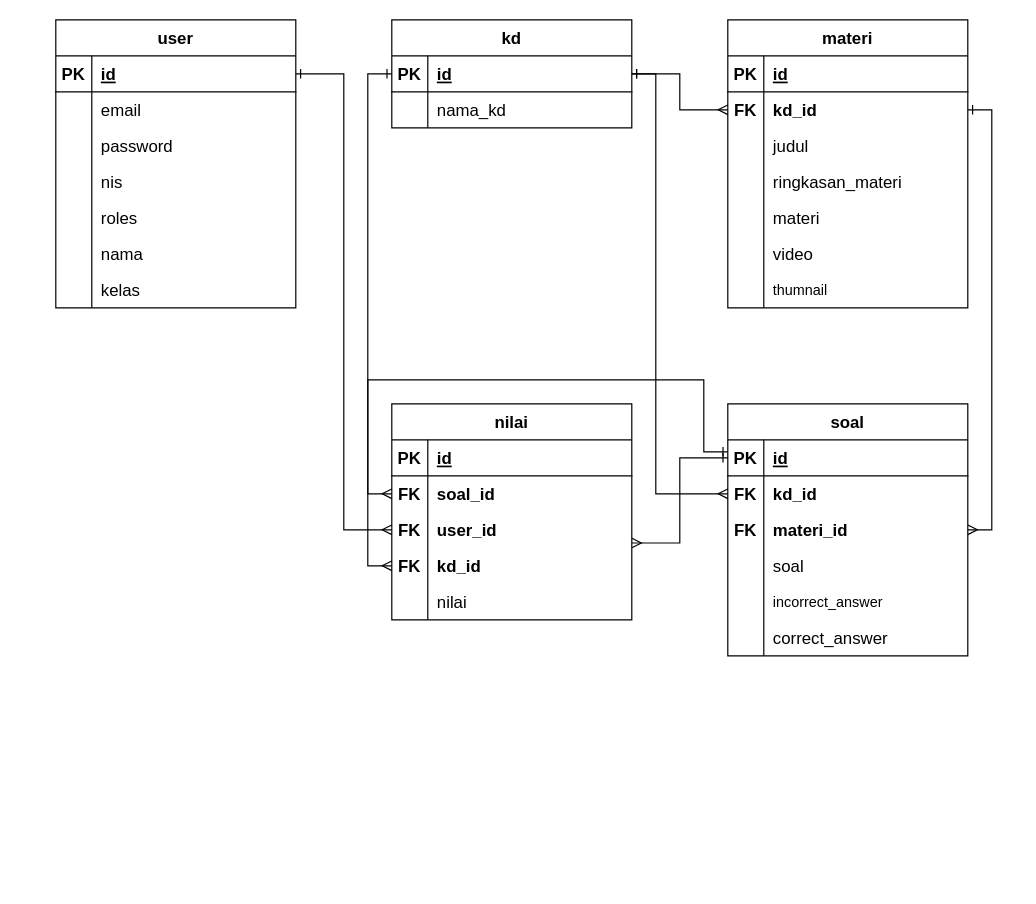
Earlier version of the draw.io diagram Untitled Diagram.drawio (muhaziz28/Muhaziz28). Source tidied: cells renumbered, new cells numbered last; positions are measured from the earlier drawing's top-left corner, leaving out a move shared by most shapes. Both pictures are drawn from the tidied source at 120%, with x=0, y=0 at pixel (55, 19).
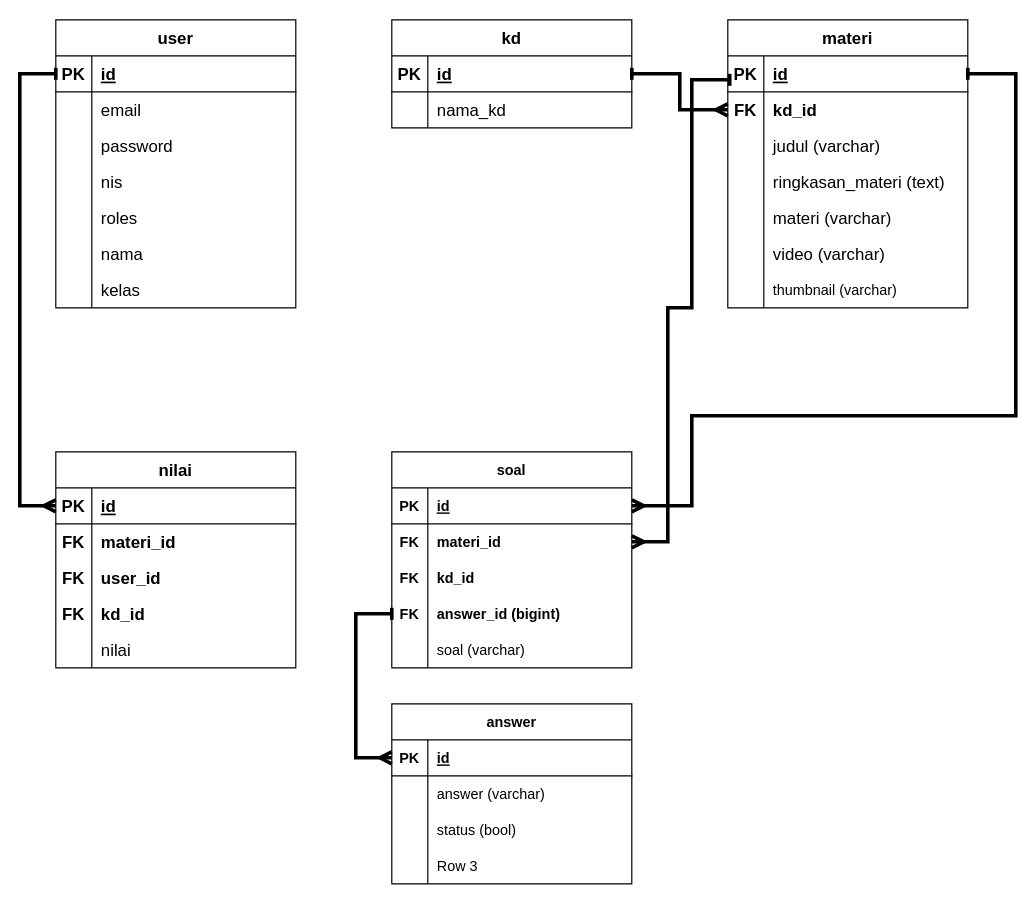
The same page after the edit.

Unchanged cells that the change refers to:
```xml
<mxCell id="4" style="shape=partialRectangle;fillColor=none;top=0;left=0;bottom=1;right=0;points=[[0,0.5],[1,0.5]];portConstraint=eastwest;fontSize=14;" parent="3" vertex="1">
  <mxGeometry y="30" width="200" height="30" as="geometry" />
</mxCell>
<mxCell id="26" value="kd" style="shape=table;startSize=30;childLayout=tableLayout;rowLines=0;fontStyle=1;align=center;fontSize=14;" parent="1" vertex="1">
  <mxGeometry x="280" width="200" height="90" as="geometry" />
</mxCell>
<mxCell id="27" style="shape=partialRectangle;fillColor=none;top=0;left=0;bottom=1;right=0;points=[[0,0.5],[1,0.5]];portConstraint=eastwest;fontSize=14;" parent="26" vertex="1">
  <mxGeometry y="30" width="200" height="30" as="geometry" />
</mxCell>
<mxCell id="34" style="shape=partialRectangle;fillColor=none;top=0;left=0;bottom=1;right=0;points=[[0,0.5],[1,0.5]];portConstraint=eastwest;fontSize=14;" parent="33" vertex="1">
  <mxGeometry y="30" width="200" height="30" as="geometry" />
</mxCell>
<mxCell id="37" style="shape=partialRectangle;fillColor=none;top=0;left=0;bottom=0;right=0;points=[[0,0.5],[1,0.5]];portConstraint=eastwest;fontSize=14;" parent="33" vertex="1">
  <mxGeometry y="60" width="200" height="30" as="geometry" />
</mxCell>
<mxCell id="40" style="shape=partialRectangle;fillColor=none;top=0;left=0;bottom=0;right=0;fontSize=14;" parent="33" vertex="1">
  <mxGeometry y="90" width="200" height="30" as="geometry" />
</mxCell>
<mxCell id="43" style="shape=partialRectangle;fillColor=none;top=0;left=0;bottom=0;right=0;fontSize=14;" parent="33" vertex="1">
  <mxGeometry y="120" width="200" height="30" as="geometry" />
</mxCell>
<mxCell id="46" style="shape=partialRectangle;fillColor=none;top=0;left=0;bottom=0;right=0;fontSize=14;" parent="33" vertex="1">
  <mxGeometry y="150" width="200" height="30" as="geometry" />
</mxCell>
<mxCell id="49" style="shape=partialRectangle;fillColor=none;top=0;left=0;bottom=0;right=0;fontSize=14;" parent="33" vertex="1">
  <mxGeometry y="180" width="200" height="30" as="geometry" />
</mxCell>
<mxCell id="52" style="shape=partialRectangle;fillColor=none;top=0;left=0;bottom=0;right=0;" parent="33" vertex="1">
  <mxGeometry y="210" width="200" height="30" as="geometry" />
</mxCell>
<mxCell id="75" style="shape=partialRectangle;fillColor=none;top=0;left=0;bottom=1;right=0;points=[[0,0.5],[1,0.5]];portConstraint=eastwest;fontSize=14;" parent="74" vertex="1">
  <mxGeometry y="30" width="200" height="30" as="geometry" />
</mxCell>
<mxCell id="78" style="shape=partialRectangle;fillColor=none;top=0;left=0;bottom=0;right=0;points=[[0,0.5],[1,0.5]];portConstraint=eastwest;fontSize=14;" parent="74" vertex="1">
  <mxGeometry y="60" width="200" height="30" as="geometry" />
</mxCell>
<mxCell id="81" style="shape=partialRectangle;fillColor=none;top=0;left=0;bottom=0;right=0;points=[[0,0.5],[1,0.5]];portConstraint=eastwest;fontSize=14;" parent="74" vertex="1">
  <mxGeometry y="90" width="200" height="30" as="geometry" />
</mxCell>
<mxCell id="84" style="shape=partialRectangle;fillColor=none;top=0;left=0;bottom=0;right=0;points=[[0,0.5],[1,0.5]];portConstraint=eastwest;fontSize=14;" parent="74" vertex="1">
  <mxGeometry y="120" width="200" height="30" as="geometry" />
</mxCell>
```

What changed in the source:
```diff
@@
-    <mxCell id="2" style="edgeStyle=orthogonalEdgeStyle;rounded=0;jettySize=auto;html=1;fontSize=14;startArrow=ERone;startFill=0;endArrow=ERmany;endFill=0;entryX=0;entryY=0.5;entryDx=0;entryDy=0;exitX=1;exitY=0.5;exitDx=0;exitDy=0;" parent="1" edge="1" source="4" target="81">
-      <mxGeometry relative="1" as="geometry" />
-    </mxCell>
@@
-    <mxCell id="25" style="edgeStyle=orthogonalEdgeStyle;rounded=0;jettySize=auto;html=1;fontSize=14;startArrow=ERone;startFill=0;endArrow=ERmany;endFill=0;" parent="1" edge="1" source="26" target="37">
-      <mxGeometry relative="1" as="geometry" />
-    </mxCell>
@@
-    <mxCell id="42" value="judul" style="shape=partialRectangle;fillColor=none;top=0;left=0;bottom=0;right=0;align=left;spacingLeft=6;overflow=hidden;fontSize=14;" parent="40" vertex="1">
+    <mxCell id="42" value="judul (varchar)" style="shape=partialRectangle;fillColor=none;top=0;left=0;bottom=0;right=0;align=left;spacingLeft=6;overflow=hidden;fontSize=14;" parent="40" vertex="1">
       <mxGeometry x="30" width="170" height="30" as="geometry" />
     </mxCell>
@@
-    <mxCell id="45" value="ringkasan_materi" style="shape=partialRectangle;fillColor=none;top=0;left=0;bottom=0;right=0;align=left;spacingLeft=6;overflow=hidden;fontSize=14;" parent="43" vertex="1">
+    <mxCell id="45" value="ringkasan_materi (text)" style="shape=partialRectangle;fillColor=none;top=0;left=0;bottom=0;right=0;align=left;spacingLeft=6;overflow=hidden;fontSize=14;" parent="43" vertex="1">
       <mxGeometry x="30" width="170" height="30" as="geometry" />
     </mxCell>
@@
-    <mxCell id="48" value="materi" style="shape=partialRectangle;fillColor=none;top=0;left=0;bottom=0;right=0;align=left;spacingLeft=6;overflow=hidden;fontSize=14;" parent="46" vertex="1">
+    <mxCell id="48" value="materi (varchar)" style="shape=partialRectangle;fillColor=none;top=0;left=0;bottom=0;right=0;align=left;spacingLeft=6;overflow=hidden;fontSize=14;" parent="46" vertex="1">
       <mxGeometry x="30" width="170" height="30" as="geometry" />
     </mxCell>
@@
-    <mxCell id="51" value="video" style="shape=partialRectangle;fillColor=none;top=0;left=0;bottom=0;right=0;align=left;spacingLeft=6;overflow=hidden;fontSize=14;" parent="49" vertex="1">
+    <mxCell id="51" value="video (varchar)" style="shape=partialRectangle;fillColor=none;top=0;left=0;bottom=0;right=0;align=left;spacingLeft=6;overflow=hidden;fontSize=14;" parent="49" vertex="1">
       <mxGeometry x="30" width="170" height="30" as="geometry" />
     </mxCell>
@@
-    <mxCell id="54" value="thumnail" style="shape=partialRectangle;fillColor=none;top=0;left=0;bottom=0;right=0;align=left;spacingLeft=6;fontStyle=0;overflow=hidden;" parent="52" vertex="1">
+    <mxCell id="54" value="thumbnail (varchar)" style="shape=partialRectangle;fillColor=none;top=0;left=0;bottom=0;right=0;align=left;spacingLeft=6;fontStyle=0;overflow=hidden;" parent="52" vertex="1">
       <mxGeometry x="30" width="170" height="30" as="geometry" />
     </mxCell>
-    <mxCell id="55" value="soal" style="shape=table;startSize=30;childLayout=tableLayout;rowLines=0;fontStyle=1;align=center;fontSize=14;" parent="1" vertex="1">
-      <mxGeometry x="560" y="320" width="200" height="210" as="geometry" />
-    </mxCell>
-    <mxCell id="56" style="shape=partialRectangle;fillColor=none;top=0;left=0;bottom=1;right=0;points=[[0,0.5],[1,0.5]];portConstraint=eastwest;fontSize=14;" parent="55" vertex="1">
-      <mxGeometry y="30" width="200" height="30" as="geometry" />
-    </mxCell>
-    <mxCell id="57" value="PK" style="shape=partialRectangle;fillColor=none;top=0;left=0;bottom=0;right=0;fontStyle=1;overflow=hidden;fontSize=14;" parent="56" vertex="1">
-      <mxGeometry width="30" height="30" as="geometry" />
-    </mxCell>
-    <mxCell id="58" value="id" style="shape=partialRectangle;fillColor=none;top=0;left=0;bottom=0;right=0;align=left;spacingLeft=6;fontStyle=5;overflow=hidden;fontSize=14;" parent="56" vertex="1">
-      <mxGeometry x="30" width="170" height="30" as="geometry" />
-    </mxCell>
-    <mxCell id="59" style="shape=partialRectangle;fillColor=none;top=0;left=0;bottom=0;right=0;points=[[0,0.5],[1,0.5]];portConstraint=eastwest;fontSize=14;" parent="55" vertex="1">
-      <mxGeometry y="60" width="200" height="30" as="geometry" />
-    </mxCell>
-    <mxCell id="60" value="FK" style="shape=partialRectangle;fillColor=none;top=0;left=0;bottom=0;right=0;overflow=hidden;fontStyle=1;fontSize=14;" parent="59" vertex="1">
-      <mxGeometry width="30" height="30" as="geometry" />
-    </mxCell>
-    <mxCell id="61" value="kd_id" style="shape=partialRectangle;fillColor=none;top=0;left=0;bottom=0;right=0;align=left;spacingLeft=6;overflow=hidden;fontStyle=1;fontSize=14;" parent="59" vertex="1">
-      <mxGeometry x="30" width="170" height="30" as="geometry" />
-    </mxCell>
-    <mxCell id="62" style="shape=partialRectangle;fillColor=none;top=0;left=0;bottom=0;right=0;points=[[0,0.5],[1,0.5]];portConstraint=eastwest;fontSize=14;" parent="55" vertex="1">
-      <mxGeometry y="90" width="200" height="30" as="geometry" />
-    </mxCell>
-    <mxCell id="63" value="FK" style="shape=partialRectangle;fillColor=none;top=0;left=0;bottom=0;right=0;overflow=hidden;fontStyle=1;fontSize=14;" parent="62" vertex="1">
-      <mxGeometry width="30" height="30" as="geometry" />
-    </mxCell>
-    <mxCell id="64" value="materi_id" style="shape=partialRectangle;fillColor=none;top=0;left=0;bottom=0;right=0;align=left;spacingLeft=6;overflow=hidden;fontStyle=1;fontSize=14;" parent="62" vertex="1">
-      <mxGeometry x="30" width="170" height="30" as="geometry" />
-    </mxCell>
-    <mxCell id="65" style="shape=partialRectangle;fillColor=none;top=0;left=0;bottom=0;right=0;fontSize=14;" parent="55" vertex="1">
-      <mxGeometry y="120" width="200" height="30" as="geometry" />
-    </mxCell>
-    <mxCell id="66" style="shape=partialRectangle;fillColor=none;top=0;left=0;bottom=0;right=0;overflow=hidden;fontSize=14;" parent="65" vertex="1">
-      <mxGeometry width="30" height="30" as="geometry" />
-    </mxCell>
-    <mxCell id="67" value="soal" style="shape=partialRectangle;fillColor=none;top=0;left=0;bottom=0;right=0;align=left;spacingLeft=6;overflow=hidden;fontSize=14;" parent="65" vertex="1">
-      <mxGeometry x="30" width="170" height="30" as="geometry" />
-    </mxCell>
-    <mxCell id="68" style="shape=partialRectangle;fillColor=none;top=0;left=0;bottom=0;right=0;" parent="55" vertex="1">
-      <mxGeometry y="150" width="200" height="30" as="geometry" />
-    </mxCell>
-    <mxCell id="69" style="shape=partialRectangle;fillColor=none;top=0;left=0;bottom=0;right=0;overflow=hidden;" parent="68" vertex="1">
-      <mxGeometry width="30" height="30" as="geometry" />
-    </mxCell>
-    <mxCell id="70" value="incorrect_answer" style="shape=partialRectangle;fillColor=none;top=0;left=0;bottom=0;right=0;align=left;spacingLeft=6;overflow=hidden;" parent="68" vertex="1">
-      <mxGeometry x="30" width="170" height="30" as="geometry" />
-    </mxCell>
-    <mxCell id="71" style="shape=partialRectangle;fillColor=none;top=0;left=0;bottom=0;right=0;fontSize=14;" parent="55" vertex="1">
-      <mxGeometry y="180" width="200" height="30" as="geometry" />
-    </mxCell>
-    <mxCell id="72" style="shape=partialRectangle;fillColor=none;top=0;left=0;bottom=0;right=0;overflow=hidden;fontSize=14;" parent="71" vertex="1">
-      <mxGeometry width="30" height="30" as="geometry" />
-    </mxCell>
-    <mxCell id="73" value="correct_answer" style="shape=partialRectangle;fillColor=none;top=0;left=0;bottom=0;right=0;align=left;spacingLeft=6;overflow=hidden;fontSize=14;" parent="71" vertex="1">
-      <mxGeometry x="30" width="170" height="30" as="geometry" />
-    </mxCell>
     <mxCell id="74" value="nilai" style="shape=table;startSize=30;childLayout=tableLayout;rowLines=0;fontStyle=1;align=center;fontSize=14;" parent="1" vertex="1">
-      <mxGeometry x="280" y="320" width="200" height="180" as="geometry" />
+      <mxGeometry y="360" width="200" height="180" as="geometry" />
     </mxCell>
@@
-    <mxCell id="80" value="soal_id" style="shape=partialRectangle;fillColor=none;top=0;left=0;bottom=0;right=0;align=left;spacingLeft=6;overflow=hidden;fontStyle=1;fontSize=14;" parent="78" vertex="1">
+    <mxCell id="80" value="materi_id" style="shape=partialRectangle;fillColor=none;top=0;left=0;bottom=0;right=0;align=left;spacingLeft=6;overflow=hidden;fontStyle=1;fontSize=14;" parent="78" vertex="1">
       <mxGeometry x="30" width="170" height="30" as="geometry" />
     </mxCell>
@@
-    <mxCell id="90" style="edgeStyle=orthogonalEdgeStyle;rounded=0;jettySize=auto;html=1;fontSize=14;startArrow=ERone;startFill=0;endArrow=ERmany;endFill=0;exitX=1;exitY=0.5;exitDx=0;exitDy=0;entryX=1;entryY=0.5;entryDx=0;entryDy=0;" parent="1" edge="1" source="37" target="62">
-      <mxGeometry relative="1" as="geometry" />
-    </mxCell>
-    <mxCell id="91" style="edgeStyle=orthogonalEdgeStyle;rounded=0;jettySize=auto;html=1;fontSize=14;startArrow=ERone;startFill=0;endArrow=ERmany;endFill=0;exitX=0;exitY=0.5;exitDx=0;exitDy=0;" parent="1" edge="1" source="56">
-      <mxGeometry relative="1" as="geometry">
-        <mxPoint x="480" y="436" as="targetPoint" />
-        <Array as="points">
-          <mxPoint x="520" y="365" />
-          <mxPoint x="520" y="436" />
-        </Array>
-      </mxGeometry>
-    </mxCell>
-    <mxCell id="92" style="edgeStyle=orthogonalEdgeStyle;rounded=0;jettySize=auto;html=1;fontSize=14;startArrow=ERone;startFill=0;endArrow=ERmany;endFill=0;exitX=1;exitY=0.5;exitDx=0;exitDy=0;entryX=0;entryY=0.5;entryDx=0;entryDy=0;" parent="1" edge="1" source="27" target="59">
-      <mxGeometry relative="1" as="geometry">
-        <Array as="points">
-          <mxPoint x="500" y="45" />
-          <mxPoint x="500" y="395" />
-        </Array>
-      </mxGeometry>
-    </mxCell>
-    <mxCell id="93" style="edgeStyle=orthogonalEdgeStyle;rounded=0;jettySize=auto;html=1;fontSize=14;startArrow=ERone;startFill=0;endArrow=ERmany;endFill=0;entryX=0;entryY=0.5;entryDx=0;entryDy=0;" parent="1" edge="1" target="78">
-      <mxGeometry relative="1" as="geometry">
-        <mxPoint x="560" y="360" as="sourcePoint" />
-        <Array as="points">
-          <mxPoint x="540" y="360" />
-          <mxPoint x="540" y="300" />
-          <mxPoint x="260" y="300" />
-          <mxPoint x="260" y="395" />
-        </Array>
-      </mxGeometry>
-    </mxCell>
-    <mxCell id="94" style="edgeStyle=orthogonalEdgeStyle;rounded=0;jettySize=auto;html=1;fontSize=14;startArrow=ERone;startFill=0;endArrow=ERmany;endFill=0;entryX=0;entryY=0.5;entryDx=0;entryDy=0;exitX=0;exitY=0.5;exitDx=0;exitDy=0;" parent="1" edge="1" source="27" target="84">
-      <mxGeometry relative="1" as="geometry" />
-    </mxCell>
+    <mxCell id="95" value="soal" style="shape=table;startSize=30;childLayout=tableLayout;rowLines=0;fontStyle=1;align=center;" parent="1" vertex="1">
+      <mxGeometry x="280" y="360" width="200" height="180" as="geometry" />
+    </mxCell>
+    <mxCell id="96" style="shape=tableRow;horizontal=0;startSize=0;swimlaneHead=0;swimlaneBody=0;fillColor=none;points=[[0,0.5],[1,0.5]];portConstraint=eastwest;top=0;left=0;right=0;bottom=1;" parent="95" vertex="1">
+      <mxGeometry y="30" width="200" height="30" as="geometry" />
+    </mxCell>
+    <mxCell id="97" value="PK" style="shape=partialRectangle;fillColor=none;top=0;left=0;bottom=0;right=0;fontStyle=1;overflow=hidden;" parent="96" vertex="1">
+      <mxGeometry width="30" height="30" as="geometry" />
+    </mxCell>
+    <mxCell id="98" value="id" style="shape=partialRectangle;fillColor=none;top=0;left=0;bottom=0;right=0;align=left;spacingLeft=6;fontStyle=5;overflow=hidden;" parent="96" vertex="1">
+      <mxGeometry x="30" width="170" height="30" as="geometry" />
+    </mxCell>
+    <mxCell id="99" style="shape=tableRow;horizontal=0;startSize=0;swimlaneHead=0;swimlaneBody=0;fillColor=none;points=[[0,0.5],[1,0.5]];portConstraint=eastwest;top=0;left=0;right=0;bottom=0;" parent="95" vertex="1">
+      <mxGeometry y="60" width="200" height="30" as="geometry" />
+    </mxCell>
+    <mxCell id="100" value="FK" style="shape=partialRectangle;fillColor=none;top=0;left=0;bottom=0;right=0;overflow=hidden;fontStyle=1;" parent="99" vertex="1">
+      <mxGeometry width="30" height="30" as="geometry" />
+    </mxCell>
+    <mxCell id="64" value="materi_id" style="shape=partialRectangle;fillColor=none;top=0;left=0;bottom=0;right=0;align=left;spacingLeft=6;overflow=hidden;fontStyle=1;" parent="99" vertex="1">
+      <mxGeometry x="30" width="170" height="30" as="geometry" />
+    </mxCell>
+    <mxCell id="101" style="shape=tableRow;horizontal=0;startSize=0;swimlaneHead=0;swimlaneBody=0;fillColor=none;top=0;left=0;right=0;bottom=0;fontStyle=1;" parent="95" vertex="1">
+      <mxGeometry y="90" width="200" height="30" as="geometry" />
+    </mxCell>
+    <mxCell id="102" value="FK" style="shape=partialRectangle;fillColor=none;top=0;left=0;bottom=0;right=0;overflow=hidden;fontStyle=1;" parent="101" vertex="1">
+      <mxGeometry width="30" height="30" as="geometry" />
+    </mxCell>
+    <mxCell id="61" value="kd_id" style="shape=partialRectangle;fillColor=none;top=0;left=0;bottom=0;right=0;align=left;spacingLeft=6;overflow=hidden;fontStyle=1;" parent="101" vertex="1">
+      <mxGeometry x="30" width="170" height="30" as="geometry" />
+    </mxCell>
+    <mxCell id="103" style="shape=tableRow;horizontal=0;startSize=0;swimlaneHead=0;swimlaneBody=0;fillColor=none;points=[[0,0.5],[1,0.5]];portConstraint=eastwest;top=0;left=0;right=0;bottom=0;fontStyle=0;" parent="95" vertex="1">
+      <mxGeometry y="120" width="200" height="30" as="geometry" />
+    </mxCell>
+    <mxCell id="104" value="FK" style="shape=partialRectangle;fillColor=none;top=0;left=0;bottom=0;right=0;fontStyle=1;overflow=hidden;" parent="103" vertex="1">
+      <mxGeometry width="30" height="30" as="geometry" />
+    </mxCell>
+    <mxCell id="105" value="answer_id (bigint)" style="shape=partialRectangle;fillColor=none;top=0;left=0;bottom=0;right=0;align=left;spacingLeft=6;fontStyle=1;overflow=hidden;" parent="103" vertex="1">
+      <mxGeometry x="30" width="170" height="30" as="geometry" />
+    </mxCell>
+    <mxCell id="106" style="shape=tableRow;horizontal=0;startSize=0;swimlaneHead=0;swimlaneBody=0;fillColor=none;top=0;left=0;right=0;bottom=0;" parent="95" vertex="1">
+      <mxGeometry y="150" width="200" height="30" as="geometry" />
+    </mxCell>
+    <mxCell id="107" style="shape=partialRectangle;fillColor=none;top=0;left=0;bottom=0;right=0;overflow=hidden;" parent="106" vertex="1">
+      <mxGeometry width="30" height="30" as="geometry" />
+    </mxCell>
+    <mxCell id="108" value="soal (varchar)" style="shape=partialRectangle;fillColor=none;top=0;left=0;bottom=0;right=0;align=left;spacingLeft=6;overflow=hidden;" parent="106" vertex="1">
+      <mxGeometry x="30" width="170" height="30" as="geometry" />
+    </mxCell>
+    <mxCell id="109" value="answer" style="shape=table;startSize=30;childLayout=tableLayout;rowLines=0;fontStyle=1;align=center;" parent="1" vertex="1">
+      <mxGeometry x="280" y="570" width="200" height="150" as="geometry" />
+    </mxCell>
+    <mxCell id="110" style="shape=tableRow;horizontal=0;startSize=0;swimlaneHead=0;swimlaneBody=0;fillColor=none;top=0;left=0;right=0;bottom=1;" parent="109" vertex="1">
+      <mxGeometry y="30" width="200" height="30" as="geometry" />
+    </mxCell>
+    <mxCell id="111" value="PK" style="shape=partialRectangle;fillColor=none;top=0;left=0;bottom=0;right=0;fontStyle=1;overflow=hidden;" parent="110" vertex="1">
+      <mxGeometry width="30" height="30" as="geometry" />
+    </mxCell>
+    <mxCell id="112" value="id" style="shape=partialRectangle;fillColor=none;top=0;left=0;bottom=0;right=0;align=left;spacingLeft=6;fontStyle=5;overflow=hidden;" parent="110" vertex="1">
+      <mxGeometry x="30" width="170" height="30" as="geometry" />
+    </mxCell>
+    <mxCell id="113" style="shape=tableRow;horizontal=0;startSize=0;swimlaneHead=0;swimlaneBody=0;fillColor=none;top=0;left=0;right=0;bottom=0;" parent="109" vertex="1">
+      <mxGeometry y="60" width="200" height="30" as="geometry" />
+    </mxCell>
+    <mxCell id="114" style="shape=partialRectangle;fillColor=none;top=0;left=0;bottom=0;right=0;overflow=hidden;" parent="113" vertex="1">
+      <mxGeometry width="30" height="30" as="geometry" />
+    </mxCell>
+    <mxCell id="115" value="answer (varchar)" style="shape=partialRectangle;fillColor=none;top=0;left=0;bottom=0;right=0;align=left;spacingLeft=6;overflow=hidden;" parent="113" vertex="1">
+      <mxGeometry x="30" width="170" height="30" as="geometry" />
+    </mxCell>
+    <mxCell id="116" style="shape=tableRow;horizontal=0;startSize=0;swimlaneHead=0;swimlaneBody=0;fillColor=none;top=0;left=0;right=0;bottom=0;" parent="109" vertex="1">
+      <mxGeometry y="90" width="200" height="30" as="geometry" />
+    </mxCell>
+    <mxCell id="117" style="shape=partialRectangle;fillColor=none;top=0;left=0;bottom=0;right=0;overflow=hidden;" parent="116" vertex="1">
+      <mxGeometry width="30" height="30" as="geometry" />
+    </mxCell>
+    <mxCell id="118" value="status (bool)" style="shape=partialRectangle;fillColor=none;top=0;left=0;bottom=0;right=0;align=left;spacingLeft=6;overflow=hidden;" parent="116" vertex="1">
+      <mxGeometry x="30" width="170" height="30" as="geometry" />
+    </mxCell>
+    <mxCell id="119" style="shape=tableRow;horizontal=0;startSize=0;swimlaneHead=0;swimlaneBody=0;fillColor=none;top=0;left=0;right=0;bottom=0;" parent="109" vertex="1">
+      <mxGeometry y="120" width="200" height="30" as="geometry" />
+    </mxCell>
+    <mxCell id="120" style="shape=partialRectangle;fillColor=none;top=0;left=0;bottom=0;right=0;overflow=hidden;" parent="119" vertex="1">
+      <mxGeometry width="30" height="30" as="geometry" />
+    </mxCell>
+    <mxCell id="121" value="Row 3" style="shape=partialRectangle;fillColor=none;top=0;left=0;bottom=0;right=0;align=left;spacingLeft=6;overflow=hidden;" parent="119" vertex="1">
+      <mxGeometry x="30" width="170" height="30" as="geometry" />
+    </mxCell>
+    <mxCell id="25" style="edgeStyle=orthogonalEdgeStyle;fontSize=12;html=1;endArrow=ERmany;startArrow=baseDash;rounded=0;entryX=0;entryY=0.5;entryDx=0;entryDy=0;strokeWidth=3;endFill=0;startFill=0;exitX=1;exitY=0.5;exitDx=0;exitDy=0;" parent="1" edge="1" source="26" target="37">
+      <mxGeometry relative="1" as="geometry" />
+    </mxCell>
+    <mxCell id="122" style="edgeStyle=orthogonalEdgeStyle;fontSize=12;html=1;endArrow=ERmany;startArrow=baseDash;rounded=0;strokeWidth=3;endFill=0;startFill=0;exitX=1;exitY=0.5;exitDx=0;exitDy=0;entryX=1;entryY=0.5;entryDx=0;entryDy=0;" parent="1" edge="1" source="34" target="96">
+      <mxGeometry relative="1" as="geometry">
+        <Array as="points">
+          <mxPoint x="800" y="45" />
+          <mxPoint x="800" y="330" />
+          <mxPoint x="530" y="330" />
+          <mxPoint x="530" y="405" />
+        </Array>
+      </mxGeometry>
+    </mxCell>
+    <mxCell id="123" style="edgeStyle=orthogonalEdgeStyle;fontSize=12;html=1;endArrow=ERmany;startArrow=baseDash;rounded=0;strokeWidth=3;endFill=0;startFill=0;exitX=0;exitY=0.5;exitDx=0;exitDy=0;" parent="1" edge="1" source="103">
+      <mxGeometry relative="1" as="geometry">
+        <mxPoint x="280" y="615" as="targetPoint" />
+        <Array as="points">
+          <mxPoint x="250" y="495" />
+          <mxPoint x="250" y="615" />
+        </Array>
+      </mxGeometry>
+    </mxCell>
+    <mxCell id="124" style="edgeStyle=orthogonalEdgeStyle;fontSize=12;html=1;endArrow=ERmany;startArrow=baseDash;rounded=0;strokeWidth=3;endFill=0;startFill=0;exitX=0.008;exitY=0.667;exitDx=0;exitDy=0;exitPerimeter=0;entryX=1;entryY=0.5;entryDx=0;entryDy=0;" parent="1" edge="1" source="34" target="99">
+      <mxGeometry relative="1" as="geometry">
+        <Array as="points">
+          <mxPoint x="530" y="50" />
+          <mxPoint x="530" y="240" />
+          <mxPoint x="510" y="240" />
+          <mxPoint x="510" y="435" />
+        </Array>
+      </mxGeometry>
+    </mxCell>
+    <mxCell id="125" style="edgeStyle=orthogonalEdgeStyle;fontSize=12;html=1;endArrow=ERmany;startArrow=baseDash;rounded=0;strokeWidth=3;endFill=0;startFill=0;exitX=0;exitY=0.5;exitDx=0;exitDy=0;entryX=0;entryY=0.5;entryDx=0;entryDy=0;" parent="1" edge="1" source="4" target="75">
+      <mxGeometry relative="1" as="geometry">
+        <Array as="points">
+          <mxPoint x="-30" y="45" />
+          <mxPoint x="-30" y="405" />
+        </Array>
+      </mxGeometry>
+    </mxCell>
```
